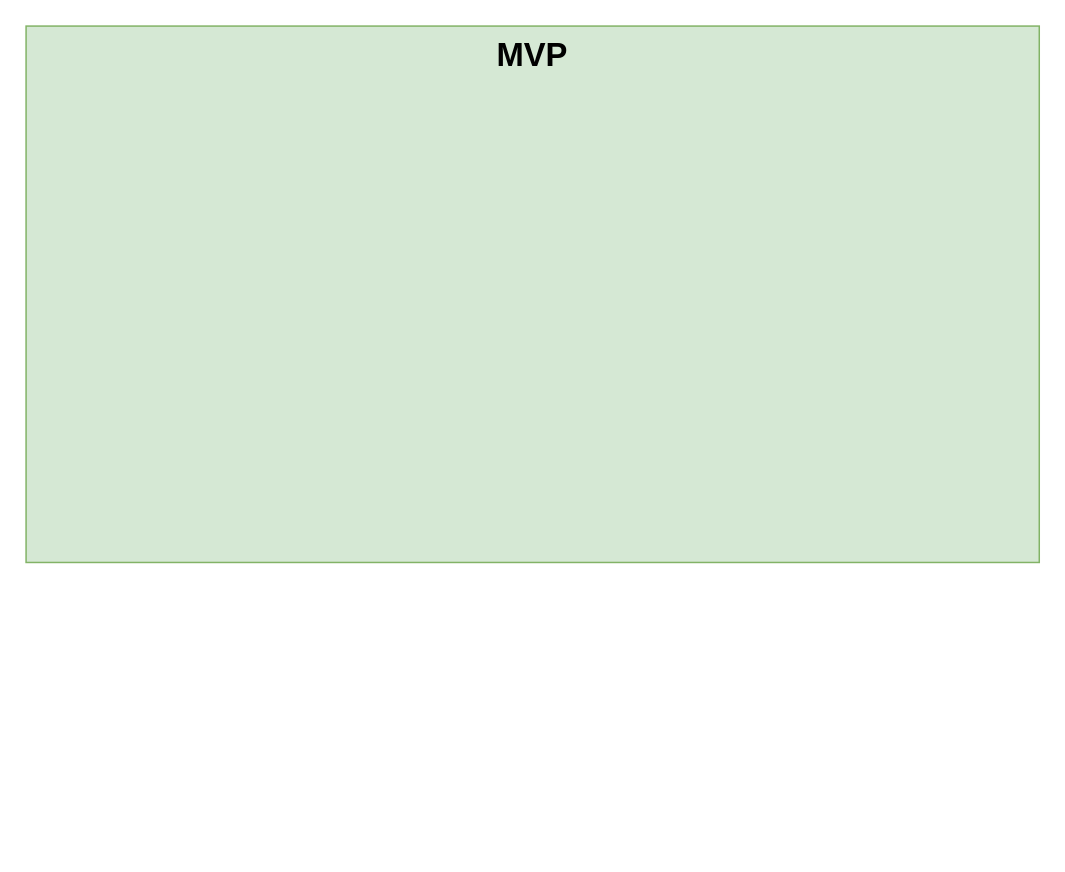
davedonnellydev/ai-august-2025-10 keeps this draw.io diagram as ai-august-2025-10.drawio. Above is the earlier version. Source tidied: cells renumbered, new cells numbered last; positions are measured from the earlier drawing's top-left corner, leaving out a move shared by most shapes. Both pictures are drawn from the tidied source at 149%, with x=0, y=0 at pixel (25, 25).
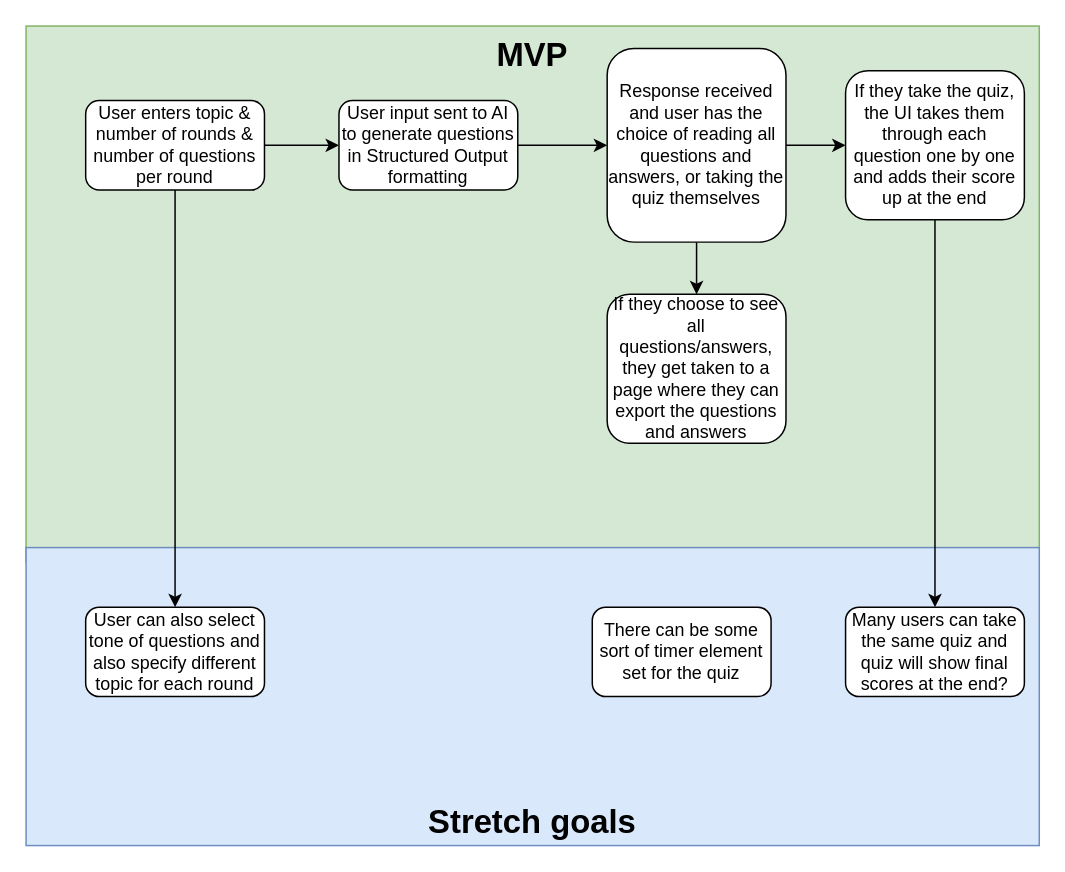
Above is the later version.

What changed in the source:
```diff
@@
 <mxGraphModel>
   <root>
     <mxCell id="0" />
     <mxCell id="1" parent="0" />
     <mxCell id="2" value="&lt;div&gt;MVP&lt;/div&gt;" style="rounded=0;whiteSpace=wrap;html=1;fillColor=#d5e8d4;strokeColor=#82b366;verticalAlign=top;fontSize=22;fontStyle=1;" parent="1" vertex="1">
       <mxGeometry width="680" height="360" as="geometry" />
     </mxCell>
+    <mxCell id="3" value="Stretch goals" style="rounded=0;whiteSpace=wrap;html=1;fillColor=#dae8fc;strokeColor=#6c8ebf;verticalAlign=bottom;fontSize=22;fontStyle=1;" parent="1" vertex="1">
+      <mxGeometry y="350" width="680" height="200" as="geometry" />
+    </mxCell>
+    <mxCell id="4" style="edgeStyle=orthogonalEdgeStyle;rounded=0;jettySize=auto;html=1;" parent="1" edge="1" source="6" target="8">
+      <mxGeometry relative="1" as="geometry" />
+    </mxCell>
+    <mxCell id="5" style="edgeStyle=orthogonalEdgeStyle;rounded=0;jettySize=auto;html=1;entryX=0.5;entryY=0;entryDx=0;entryDy=0;" parent="1" edge="1" source="6" target="15">
+      <mxGeometry relative="1" as="geometry" />
+    </mxCell>
+    <mxCell id="6" value="User enters topic &amp;amp; number of rounds &amp;amp; number of questions per round" style="rounded=1;whiteSpace=wrap;html=1;" parent="1" vertex="1">
+      <mxGeometry x="40" y="50" width="120" height="60" as="geometry" />
+    </mxCell>
+    <mxCell id="7" style="edgeStyle=orthogonalEdgeStyle;rounded=0;jettySize=auto;html=1;" parent="1" edge="1" source="8" target="11">
+      <mxGeometry relative="1" as="geometry" />
+    </mxCell>
+    <mxCell id="8" value="User input sent to AI to generate questions in Structured Output formatting" style="whiteSpace=wrap;html=1;rounded=1;" parent="1" vertex="1">
+      <mxGeometry x="210" y="50" width="120" height="60" as="geometry" />
+    </mxCell>
+    <mxCell id="9" style="edgeStyle=orthogonalEdgeStyle;rounded=0;jettySize=auto;html=1;" parent="1" edge="1" source="11" target="13">
+      <mxGeometry relative="1" as="geometry" />
+    </mxCell>
+    <mxCell id="10" style="edgeStyle=orthogonalEdgeStyle;rounded=0;jettySize=auto;html=1;" parent="1" edge="1" source="11" target="14">
+      <mxGeometry relative="1" as="geometry" />
+    </mxCell>
+    <mxCell id="11" value="Response received and user has the choice of reading all questions and answers, or taking the quiz themselves" style="whiteSpace=wrap;html=1;rounded=1;" parent="1" vertex="1">
+      <mxGeometry x="390" y="15" width="120" height="130" as="geometry" />
+    </mxCell>
+    <mxCell id="12" style="edgeStyle=orthogonalEdgeStyle;rounded=0;jettySize=auto;html=1;" parent="1" edge="1" source="13" target="16">
+      <mxGeometry relative="1" as="geometry" />
+    </mxCell>
+    <mxCell id="13" value="If they take the quiz, the UI takes them through each question one by one and adds their score up at the end" style="whiteSpace=wrap;html=1;rounded=1;" parent="1" vertex="1">
+      <mxGeometry x="550" y="30" width="120" height="100" as="geometry" />
+    </mxCell>
+    <mxCell id="14" value="If they choose to see all questions/answers, they get taken to a page where they can export the questions and answers" style="whiteSpace=wrap;html=1;rounded=1;" parent="1" vertex="1">
+      <mxGeometry x="390" y="180" width="120" height="100" as="geometry" />
+    </mxCell>
+    <mxCell id="15" value="User can also select tone of questions and also specify different topic for each round" style="rounded=1;whiteSpace=wrap;html=1;" parent="1" vertex="1">
+      <mxGeometry x="40" y="390" width="120" height="60" as="geometry" />
+    </mxCell>
+    <mxCell id="16" value="Many users can take the same quiz and quiz will show final scores at the end?" style="whiteSpace=wrap;html=1;rounded=1;" parent="1" vertex="1">
+      <mxGeometry x="550" y="390" width="120" height="60" as="geometry" />
+    </mxCell>
+    <mxCell id="17" value="There can be some sort of timer element set for the quiz" style="rounded=1;whiteSpace=wrap;html=1;" parent="1" vertex="1">
+      <mxGeometry x="380" y="390" width="120" height="60" as="geometry" />
+    </mxCell>
   </root>
 </mxGraphModel>
```
